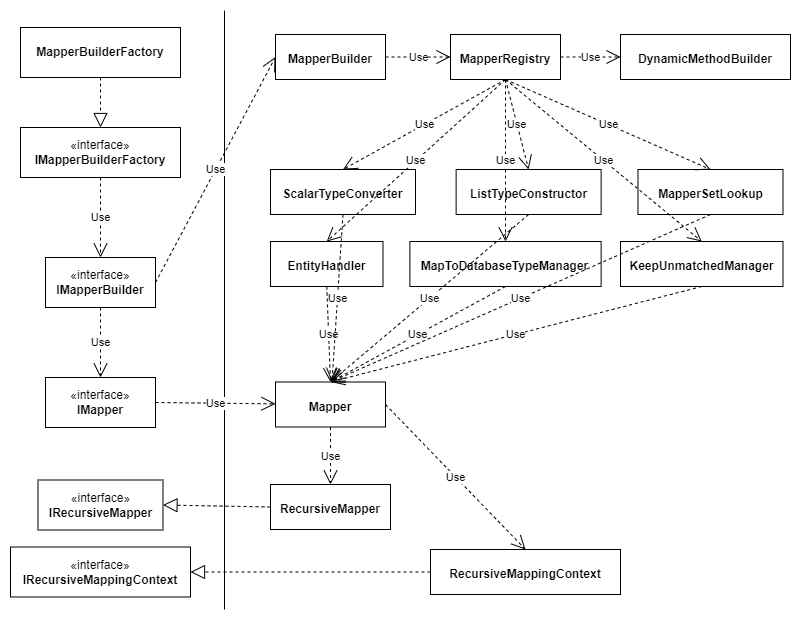
Earlier version of the draw.io export Document/ProgramStructure.png (keeper013/Oasis.EFMapper). Source tidied: cells renumbered, new cells last; positions are measured from the earlier drawing's top-left corner, leaving out a move shared by most shapes.
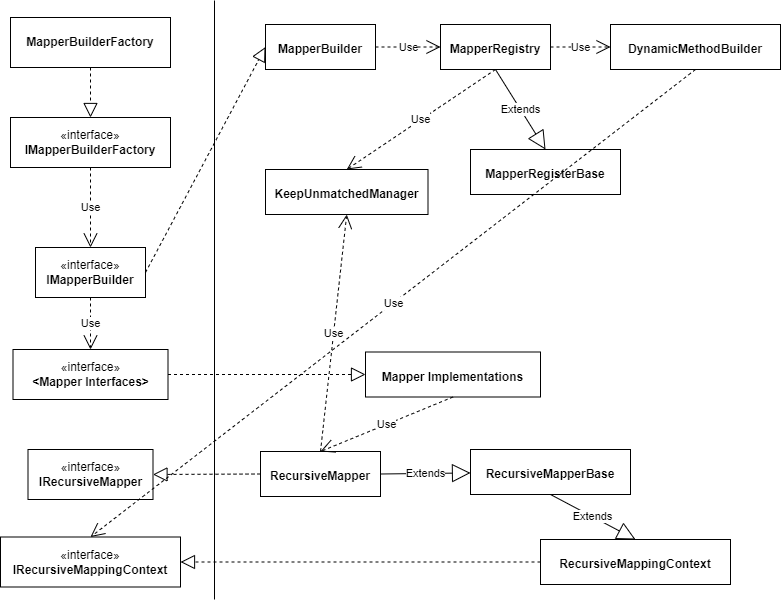
Later version of the same file.

Commit message:
updated program structure graph

Change to the diagram source:
```diff
@@ -2,8 +2,8 @@
   <root>
     <mxCell id="0" />
     <mxCell id="1" parent="0" />
-    <mxCell id="2" value="«interface»&lt;br&gt;&lt;b&gt;IMapper&lt;/b&gt;" style="html=1;whiteSpace=wrap;" parent="1" vertex="1">
-      <mxGeometry x="35" y="367" width="110" height="50" as="geometry" />
+    <mxCell id="2" value="«interface»&lt;br&gt;&lt;b&gt;&amp;lt;Mapper Interfaces&amp;gt;&lt;/b&gt;" style="html=1;whiteSpace=wrap;" parent="1" vertex="1">
+      <mxGeometry x="12.5" y="349" width="155" height="50" as="geometry" />
     </mxCell>
     <mxCell id="3" value="«interface»&lt;br&gt;&lt;b&gt;IMapperBuilder&lt;/b&gt;" style="html=1;whiteSpace=wrap;" parent="1" vertex="1">
       <mxGeometry x="35" y="247" width="110" height="50" as="geometry" />
@@ -29,104 +29,74 @@
     <mxCell id="10" value="&lt;p style=&quot;margin:0px;margin-top:4px;text-align:center;&quot;&gt;&lt;br&gt;&lt;b&gt;MapperBuilder&lt;/b&gt;&lt;/p&gt;" style="verticalAlign=top;align=left;overflow=fill;fontSize=12;fontFamily=Helvetica;html=1;whiteSpace=wrap;" parent="1" vertex="1">
       <mxGeometry x="265" y="24" width="110" height="45" as="geometry" />
     </mxCell>
-    <mxCell id="11" value="&lt;p style=&quot;margin:0px;margin-top:4px;text-align:center;&quot;&gt;&lt;br&gt;&lt;b&gt;Mapper&lt;/b&gt;&lt;/p&gt;" style="verticalAlign=top;align=left;overflow=fill;fontSize=12;fontFamily=Helvetica;html=1;whiteSpace=wrap;" parent="1" vertex="1">
-      <mxGeometry x="265" y="371.5" width="110" height="45" as="geometry" />
+    <mxCell id="11" value="&lt;p style=&quot;margin:0px;margin-top:4px;text-align:center;&quot;&gt;&lt;br&gt;&lt;b&gt;MapperRegistry&lt;/b&gt;&lt;/p&gt;" style="verticalAlign=top;align=left;overflow=fill;fontSize=12;fontFamily=Helvetica;html=1;whiteSpace=wrap;" parent="1" vertex="1">
+      <mxGeometry x="440" y="24" width="110" height="45" as="geometry" />
     </mxCell>
-    <mxCell id="12" value="Use" style="endArrow=open;endSize=12;dashed=1;html=1;rounded=0;exitX=1;exitY=0.5;exitDx=0;exitDy=0;entryX=0;entryY=0.5;entryDx=0;entryDy=0;" parent="1" edge="1" source="3" target="10">
+    <mxCell id="12" value="Use" style="endArrow=open;endSize=12;dashed=1;html=1;rounded=0;exitX=1;exitY=0.5;exitDx=0;exitDy=0;entryX=0;entryY=0.5;entryDx=0;entryDy=0;" parent="1" edge="1" source="10" target="11">
       <mxGeometry relative="1" as="geometry" />
     </mxCell>
-    <mxCell id="13" value="Use" style="endArrow=open;endSize=12;dashed=1;html=1;rounded=0;exitX=1;exitY=0.5;exitDx=0;exitDy=0;" parent="1" edge="1" source="2" target="11">
-      <mxGeometry relative="1" as="geometry" />
+    <mxCell id="13" value="&lt;p style=&quot;margin:0px;margin-top:4px;text-align:center;&quot;&gt;&lt;br&gt;&lt;b&gt;RecursiveMapper&lt;/b&gt;&lt;/p&gt;" style="verticalAlign=top;align=left;overflow=fill;fontSize=12;fontFamily=Helvetica;html=1;whiteSpace=wrap;" parent="1" vertex="1">
+      <mxGeometry x="260" y="451" width="120" height="45" as="geometry" />
     </mxCell>
-    <mxCell id="14" value="&lt;p style=&quot;margin:0px;margin-top:4px;text-align:center;&quot;&gt;&lt;br&gt;&lt;b&gt;MapperRegistry&lt;/b&gt;&lt;/p&gt;" style="verticalAlign=top;align=left;overflow=fill;fontSize=12;fontFamily=Helvetica;html=1;whiteSpace=wrap;" parent="1" vertex="1">
-      <mxGeometry x="440" y="24" width="110" height="45" as="geometry" />
+    <mxCell id="14" value="«interface»&lt;br&gt;&lt;b&gt;IRecursiveMapper&lt;/b&gt;" style="html=1;whiteSpace=wrap;" parent="1" vertex="1">
+      <mxGeometry x="27.5" y="449" width="125" height="50" as="geometry" />
     </mxCell>
-    <mxCell id="15" value="Use" style="endArrow=open;endSize=12;dashed=1;html=1;rounded=0;exitX=1;exitY=0.5;exitDx=0;exitDy=0;entryX=0;entryY=0.5;entryDx=0;entryDy=0;" parent="1" edge="1" source="10" target="14">
+    <mxCell id="15" style="endArrow=block;dashed=1;endFill=0;endSize=12;html=1;rounded=0;exitX=0;exitY=0.5;exitDx=0;exitDy=0;entryX=1;entryY=0.5;entryDx=0;entryDy=0;" parent="1" edge="1" source="13" target="14">
       <mxGeometry relative="1" as="geometry" />
     </mxCell>
-    <mxCell id="16" value="&lt;p style=&quot;margin:0px;margin-top:4px;text-align:center;&quot;&gt;&lt;br&gt;&lt;b&gt;RecursiveMapper&lt;/b&gt;&lt;/p&gt;" style="verticalAlign=top;align=left;overflow=fill;fontSize=12;fontFamily=Helvetica;html=1;whiteSpace=wrap;" parent="1" vertex="1">
-      <mxGeometry x="260" y="474" width="120" height="45" as="geometry" />
+    <mxCell id="16" value="&lt;p style=&quot;margin:0px;margin-top:4px;text-align:center;&quot;&gt;&lt;br&gt;&lt;b&gt;RecursiveMappingContext&lt;/b&gt;&lt;/p&gt;" style="verticalAlign=top;align=left;overflow=fill;fontSize=12;fontFamily=Helvetica;html=1;whiteSpace=wrap;" parent="1" vertex="1">
+      <mxGeometry x="540" y="539" width="190" height="45" as="geometry" />
     </mxCell>
-    <mxCell id="17" value="Use" style="endArrow=open;endSize=12;dashed=1;html=1;rounded=0;exitX=0.5;exitY=1;exitDx=0;exitDy=0;" parent="1" edge="1" source="11" target="16">
-      <mxGeometry relative="1" as="geometry" />
+    <mxCell id="17" value="«interface»&lt;br&gt;&lt;b&gt;IRecursiveMappingContext&lt;/b&gt;" style="html=1;whiteSpace=wrap;" parent="1" vertex="1">
+      <mxGeometry y="536.5" width="180" height="50" as="geometry" />
     </mxCell>
-    <mxCell id="18" value="«interface»&lt;br&gt;&lt;b&gt;IRecursiveMapper&lt;/b&gt;" style="html=1;whiteSpace=wrap;" parent="1" vertex="1">
-      <mxGeometry x="27.5" y="469.5" width="125" height="50" as="geometry" />
+    <mxCell id="18" style="endArrow=block;dashed=1;endFill=0;endSize=12;html=1;rounded=0;exitX=0;exitY=0.5;exitDx=0;exitDy=0;entryX=1;entryY=0.5;entryDx=0;entryDy=0;" parent="1" edge="1" source="16" target="17">
+      <mxGeometry relative="1" as="geometry" />
     </mxCell>
-    <mxCell id="19" style="endArrow=block;dashed=1;endFill=0;endSize=12;html=1;rounded=0;exitX=0;exitY=0.5;exitDx=0;exitDy=0;entryX=1;entryY=0.5;entryDx=0;entryDy=0;" parent="1" edge="1" source="16" target="18">
-      <mxGeometry relative="1" as="geometry" />
+    <mxCell id="19" value="&lt;p style=&quot;margin:0px;margin-top:4px;text-align:center;&quot;&gt;&lt;br&gt;&lt;b&gt;DynamicMethodBuilder&lt;/b&gt;&lt;/p&gt;" style="verticalAlign=top;align=left;overflow=fill;fontSize=12;fontFamily=Helvetica;html=1;whiteSpace=wrap;" parent="1" vertex="1">
+      <mxGeometry x="610" y="24" width="170" height="45" as="geometry" />
     </mxCell>
-    <mxCell id="20" value="&lt;p style=&quot;margin:0px;margin-top:4px;text-align:center;&quot;&gt;&lt;br&gt;&lt;b&gt;RecursiveMappingContext&lt;/b&gt;&lt;/p&gt;" style="verticalAlign=top;align=left;overflow=fill;fontSize=12;fontFamily=Helvetica;html=1;whiteSpace=wrap;" parent="1" vertex="1">
-      <mxGeometry x="420" y="539" width="190" height="45" as="geometry" />
+    <mxCell id="20" value="Use" style="endArrow=open;endSize=12;dashed=1;html=1;rounded=0;exitX=1;exitY=0.5;exitDx=0;exitDy=0;entryX=0;entryY=0.5;entryDx=0;entryDy=0;" parent="1" edge="1" source="11" target="19">
+      <mxGeometry relative="1" as="geometry" />
     </mxCell>
-    <mxCell id="21" value="Use" style="endArrow=open;endSize=12;dashed=1;html=1;rounded=0;exitX=1;exitY=0.5;exitDx=0;exitDy=0;entryX=0.5;entryY=0;entryDx=0;entryDy=0;" parent="1" edge="1" source="11" target="20">
-      <mxGeometry relative="1" as="geometry" />
+    <mxCell id="21" value="&lt;p style=&quot;margin:0px;margin-top:4px;text-align:center;&quot;&gt;&lt;br&gt;&lt;b&gt;KeepUnmatchedManager&lt;/b&gt;&lt;/p&gt;" style="verticalAlign=top;align=left;overflow=fill;fontSize=12;fontFamily=Helvetica;html=1;whiteSpace=wrap;" parent="1" vertex="1">
+      <mxGeometry x="265" y="169" width="162.5" height="45" as="geometry" />
     </mxCell>
-    <mxCell id="22" value="«interface»&lt;br&gt;&lt;b&gt;IRecursiveMappingContext&lt;/b&gt;" style="html=1;whiteSpace=wrap;" parent="1" vertex="1">
-      <mxGeometry y="536.5" width="180" height="50" as="geometry" />
+    <mxCell id="22" value="Use" style="endArrow=open;endSize=12;dashed=1;html=1;rounded=0;exitX=0.5;exitY=1;exitDx=0;exitDy=0;entryX=0.5;entryY=0;entryDx=0;entryDy=0;" parent="1" edge="1" source="11" target="21">
+      <mxGeometry relative="1" as="geometry" />
     </mxCell>
-    <mxCell id="23" style="endArrow=block;dashed=1;endFill=0;endSize=12;html=1;rounded=0;exitX=0;exitY=0.5;exitDx=0;exitDy=0;entryX=1;entryY=0.5;entryDx=0;entryDy=0;" parent="1" edge="1" source="20" target="22">
+    <mxCell id="23" value="Use" style="endArrow=open;endSize=12;dashed=1;html=1;rounded=0;entryX=0.5;entryY=1;entryDx=0;entryDy=0;exitX=0.5;exitY=0;exitDx=0;exitDy=0;" parent="1" edge="1" source="13" target="21">
       <mxGeometry relative="1" as="geometry" />
     </mxCell>
-    <mxCell id="24" value="&lt;p style=&quot;margin:0px;margin-top:4px;text-align:center;&quot;&gt;&lt;br&gt;&lt;b&gt;DynamicMethodBuilder&lt;/b&gt;&lt;/p&gt;" style="verticalAlign=top;align=left;overflow=fill;fontSize=12;fontFamily=Helvetica;html=1;whiteSpace=wrap;" parent="1" vertex="1">
-      <mxGeometry x="610" y="24" width="170" height="45" as="geometry" />
+    <mxCell id="24" value="&lt;p style=&quot;margin:0px;margin-top:4px;text-align:center;&quot;&gt;&lt;br&gt;&lt;b&gt;MapperRegisterBase&lt;/b&gt;&lt;/p&gt;" style="verticalAlign=top;align=left;overflow=fill;fontSize=12;fontFamily=Helvetica;html=1;whiteSpace=wrap;" parent="1" vertex="1">
+      <mxGeometry x="470" y="149" width="150" height="45" as="geometry" />
     </mxCell>
-    <mxCell id="25" value="Use" style="endArrow=open;endSize=12;dashed=1;html=1;rounded=0;exitX=1;exitY=0.5;exitDx=0;exitDy=0;entryX=0;entryY=0.5;entryDx=0;entryDy=0;" parent="1" edge="1" source="14" target="24">
+    <mxCell id="25" value="Extends" style="endArrow=block;endSize=16;endFill=0;html=1;rounded=0;exitX=0.5;exitY=1;exitDx=0;exitDy=0;entryX=0.5;entryY=0;entryDx=0;entryDy=0;" parent="1" edge="1" source="11" target="24">
       <mxGeometry relative="1" as="geometry" />
     </mxCell>
-    <mxCell id="26" value="&lt;p style=&quot;margin:0px;margin-top:4px;text-align:center;&quot;&gt;&lt;br&gt;&lt;b&gt;ScalarTypeConverter&lt;/b&gt;&lt;/p&gt;" style="verticalAlign=top;align=left;overflow=fill;fontSize=12;fontFamily=Helvetica;html=1;whiteSpace=wrap;" parent="1" vertex="1">
-      <mxGeometry x="260" y="159" width="145" height="45" as="geometry" />
+    <mxCell id="26" value="&lt;p style=&quot;margin:0px;margin-top:4px;text-align:center;&quot;&gt;&lt;br&gt;&lt;b&gt;RecursiveMapperBase&lt;/b&gt;&lt;/p&gt;" style="verticalAlign=top;align=left;overflow=fill;fontSize=12;fontFamily=Helvetica;html=1;whiteSpace=wrap;" parent="1" vertex="1">
+      <mxGeometry x="470" y="449" width="160" height="45" as="geometry" />
     </mxCell>
-    <mxCell id="27" value="&lt;p style=&quot;margin:0px;margin-top:4px;text-align:center;&quot;&gt;&lt;br&gt;&lt;b&gt;ListTypeConstructor&lt;/b&gt;&lt;/p&gt;" style="verticalAlign=top;align=left;overflow=fill;fontSize=12;fontFamily=Helvetica;html=1;whiteSpace=wrap;" parent="1" vertex="1">
-      <mxGeometry x="445.6" y="159" width="145" height="45" as="geometry" />
+    <mxCell id="27" value="Extends" style="endArrow=block;endSize=16;endFill=0;html=1;rounded=0;exitX=1;exitY=0.5;exitDx=0;exitDy=0;" parent="1" edge="1" source="13" target="26">
+      <mxGeometry relative="1" as="geometry" />
     </mxCell>
-    <mxCell id="28" value="&lt;p style=&quot;margin:0px;margin-top:4px;text-align:center;&quot;&gt;&lt;br&gt;&lt;b&gt;MapperSetLookup&lt;/b&gt;&lt;/p&gt;" style="verticalAlign=top;align=left;overflow=fill;fontSize=12;fontFamily=Helvetica;html=1;whiteSpace=wrap;" parent="1" vertex="1">
-      <mxGeometry x="627.5" y="159" width="145" height="45" as="geometry" />
+    <mxCell id="28" value="Extends" style="endArrow=block;endSize=16;endFill=0;html=1;rounded=0;exitX=0.5;exitY=1;exitDx=0;exitDy=0;entryX=0.5;entryY=0;entryDx=0;entryDy=0;" parent="1" edge="1" source="26" target="16">
+      <mxGeometry relative="1" as="geometry" />
     </mxCell>
-    <mxCell id="29" value="&lt;p style=&quot;margin:0px;margin-top:4px;text-align:center;&quot;&gt;&lt;br&gt;&lt;b&gt;EntityHandler&lt;/b&gt;&lt;/p&gt;" style="verticalAlign=top;align=left;overflow=fill;fontSize=12;fontFamily=Helvetica;html=1;whiteSpace=wrap;" parent="1" vertex="1">
-      <mxGeometry x="260" y="231" width="112.5" height="45" as="geometry" />
+    <mxCell id="29" value="&lt;p style=&quot;margin:0px;margin-top:4px;text-align:center;&quot;&gt;&lt;br&gt;&lt;b&gt;Mapper Implementations&lt;/b&gt;&lt;/p&gt;" style="verticalAlign=top;align=left;overflow=fill;fontSize=12;fontFamily=Helvetica;html=1;whiteSpace=wrap;" parent="1" vertex="1">
+      <mxGeometry x="365" y="351.5" width="175" height="45" as="geometry" />
     </mxCell>
-    <mxCell id="30" value="&lt;p style=&quot;margin:0px;margin-top:4px;text-align:center;&quot;&gt;&lt;br&gt;&lt;b&gt;MapToDatabaseTypeManager&lt;/b&gt;&lt;/p&gt;" style="verticalAlign=top;align=left;overflow=fill;fontSize=12;fontFamily=Helvetica;html=1;whiteSpace=wrap;" parent="1" vertex="1">
-      <mxGeometry x="399.4" y="231" width="191.2" height="45" as="geometry" />
+    <mxCell id="30" style="endArrow=block;dashed=1;endFill=0;endSize=12;html=1;rounded=0;exitX=1;exitY=0.5;exitDx=0;exitDy=0;entryX=0;entryY=0.5;entryDx=0;entryDy=0;" parent="1" edge="1" source="3" target="10">
+      <mxGeometry relative="1" as="geometry" />
     </mxCell>
-    <mxCell id="31" value="&lt;p style=&quot;margin:0px;margin-top:4px;text-align:center;&quot;&gt;&lt;br&gt;&lt;b&gt;KeepUnmatchedManager&lt;/b&gt;&lt;/p&gt;" style="verticalAlign=top;align=left;overflow=fill;fontSize=12;fontFamily=Helvetica;html=1;whiteSpace=wrap;" parent="1" vertex="1">
-      <mxGeometry x="610" y="231" width="162.5" height="45" as="geometry" />
+    <mxCell id="31" style="endArrow=block;dashed=1;endFill=0;endSize=12;html=1;rounded=0;exitX=1;exitY=0.5;exitDx=0;exitDy=0;entryX=0;entryY=0.5;entryDx=0;entryDy=0;" parent="1" edge="1" source="2" target="29">
+      <mxGeometry relative="1" as="geometry" />
     </mxCell>
-    <mxCell id="32" value="Use" style="endArrow=open;endSize=12;dashed=1;html=1;rounded=0;exitX=0.5;exitY=1;exitDx=0;exitDy=0;entryX=0.5;entryY=0;entryDx=0;entryDy=0;" parent="1" edge="1" source="14" target="26">
+    <mxCell id="32" value="Use" style="endArrow=open;endSize=12;dashed=1;html=1;rounded=0;exitX=0.5;exitY=1;exitDx=0;exitDy=0;entryX=0.5;entryY=0;entryDx=0;entryDy=0;" parent="1" edge="1" source="29" target="13">
       <mxGeometry relative="1" as="geometry" />
     </mxCell>
-    <mxCell id="33" value="Use" style="endArrow=open;endSize=12;dashed=1;html=1;rounded=0;exitX=0.5;exitY=1;exitDx=0;exitDy=0;entryX=0.5;entryY=0;entryDx=0;entryDy=0;" parent="1" edge="1" source="14" target="27">
+    <mxCell id="33" value="Use" style="endArrow=open;endSize=12;dashed=1;html=1;rounded=0;exitX=0.5;exitY=1;exitDx=0;exitDy=0;entryX=0.5;entryY=0;entryDx=0;entryDy=0;" parent="1" edge="1" source="19" target="17">
       <mxGeometry relative="1" as="geometry" />
     </mxCell>
-    <mxCell id="34" value="Use" style="endArrow=open;endSize=12;dashed=1;html=1;rounded=0;exitX=0.5;exitY=1;exitDx=0;exitDy=0;entryX=0.5;entryY=0;entryDx=0;entryDy=0;" parent="1" edge="1" source="14" target="28">
-      <mxGeometry relative="1" as="geometry" />
-    </mxCell>
-    <mxCell id="35" value="Use" style="endArrow=open;endSize=12;dashed=1;html=1;rounded=0;exitX=0.5;exitY=1;exitDx=0;exitDy=0;entryX=0.5;entryY=0;entryDx=0;entryDy=0;" parent="1" edge="1" source="14" target="29">
-      <mxGeometry relative="1" as="geometry" />
-    </mxCell>
-    <mxCell id="36" value="Use" style="endArrow=open;endSize=12;dashed=1;html=1;rounded=0;exitX=0.5;exitY=1;exitDx=0;exitDy=0;entryX=0.5;entryY=0;entryDx=0;entryDy=0;" parent="1" edge="1" source="14" target="30">
-      <mxGeometry relative="1" as="geometry" />
-    </mxCell>
-    <mxCell id="37" value="Use" style="endArrow=open;endSize=12;dashed=1;html=1;rounded=0;exitX=0.5;exitY=1;exitDx=0;exitDy=0;entryX=0.5;entryY=0;entryDx=0;entryDy=0;" parent="1" edge="1" source="14" target="31">
-      <mxGeometry relative="1" as="geometry" />
-    </mxCell>
-    <mxCell id="38" value="Use" style="endArrow=open;endSize=12;dashed=1;html=1;rounded=0;exitX=0.5;exitY=1;exitDx=0;exitDy=0;entryX=0.5;entryY=0;entryDx=0;entryDy=0;" parent="1" edge="1" source="29" target="11">
-      <mxGeometry relative="1" as="geometry" />
-    </mxCell>
-    <mxCell id="39" value="Use" style="endArrow=open;endSize=12;dashed=1;html=1;rounded=0;exitX=0.5;exitY=1;exitDx=0;exitDy=0;entryX=0.5;entryY=0;entryDx=0;entryDy=0;" parent="1" edge="1" source="30" target="11">
-      <mxGeometry relative="1" as="geometry" />
-    </mxCell>
-    <mxCell id="40" value="Use" style="endArrow=open;endSize=12;dashed=1;html=1;rounded=0;exitX=0.5;exitY=1;exitDx=0;exitDy=0;entryX=0.5;entryY=0;entryDx=0;entryDy=0;" parent="1" edge="1" source="31" target="11">
-      <mxGeometry relative="1" as="geometry" />
-    </mxCell>
-    <mxCell id="41" value="Use" style="endArrow=open;endSize=12;dashed=1;html=1;rounded=0;exitX=0.5;exitY=1;exitDx=0;exitDy=0;" parent="1" edge="1" source="26" target="11">
-      <mxGeometry relative="1" as="geometry" />
-    </mxCell>
-    <mxCell id="42" value="Use" style="endArrow=open;endSize=12;dashed=1;html=1;rounded=0;exitX=0.5;exitY=1;exitDx=0;exitDy=0;entryX=0.5;entryY=0;entryDx=0;entryDy=0;" parent="1" edge="1" source="27" target="11">
-      <mxGeometry relative="1" as="geometry" />
-    </mxCell>
-    <mxCell id="43" value="Use" style="endArrow=open;endSize=12;dashed=1;html=1;rounded=0;exitX=0.5;exitY=1;exitDx=0;exitDy=0;entryX=0.5;entryY=0;entryDx=0;entryDy=0;" parent="1" edge="1" source="28" target="11">
-      <mxGeometry relative="1" as="geometry" />
-    </mxCell>
   </root>
 </mxGraphModel>
```
